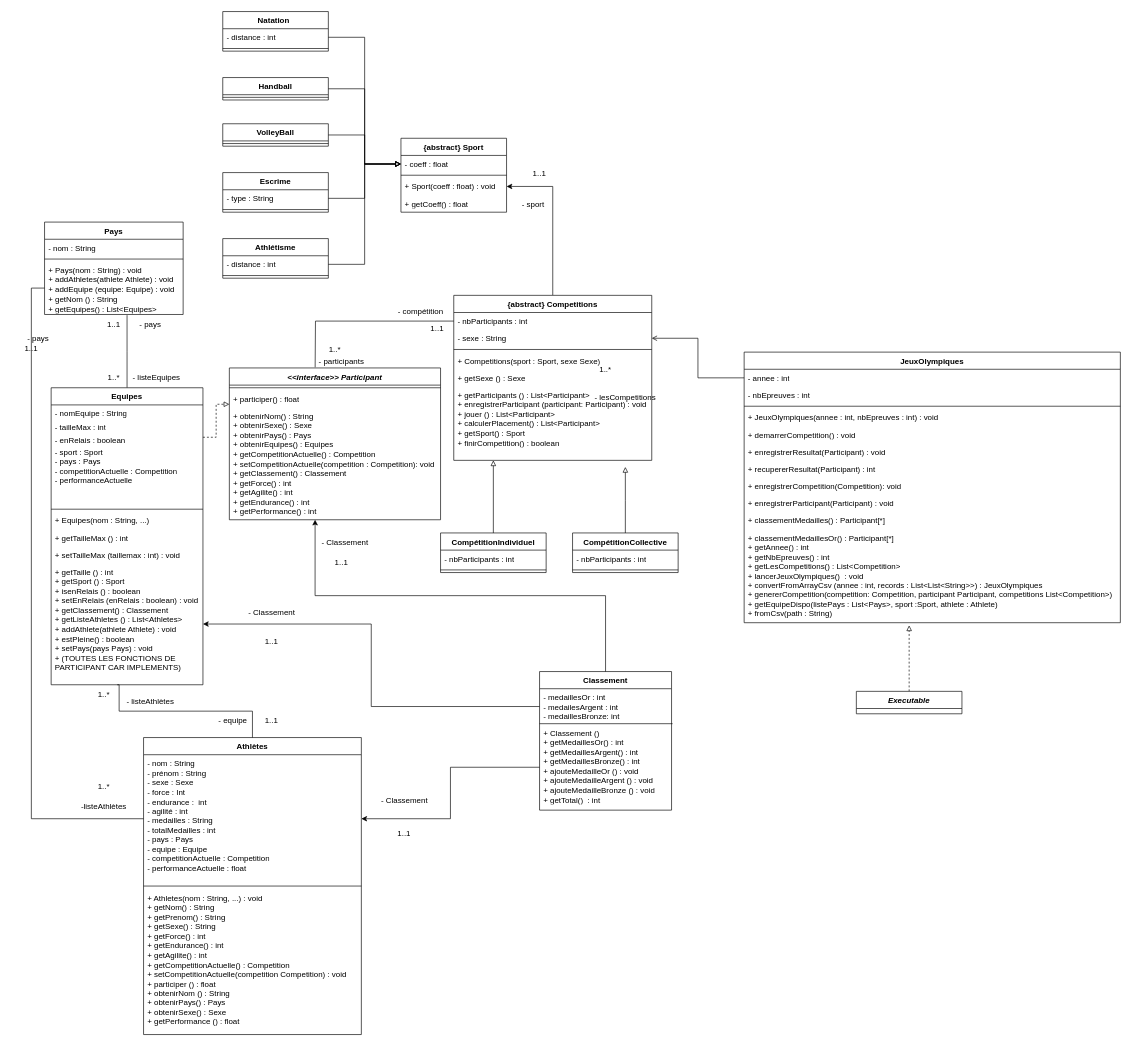
The draw.io diagram diagrammes/classe/Diagramme sans nom.drawio in alexisnisol/JeuxOlympiques, before the edit. Source tidied: cells renumbered, new cells numbered last; positions are measured from the earlier drawing's top-left corner, leaving out a move shared by most shapes. Both pictures are drawn from the tidied source at 66%, with x=0, y=0 at pixel (11, 11).
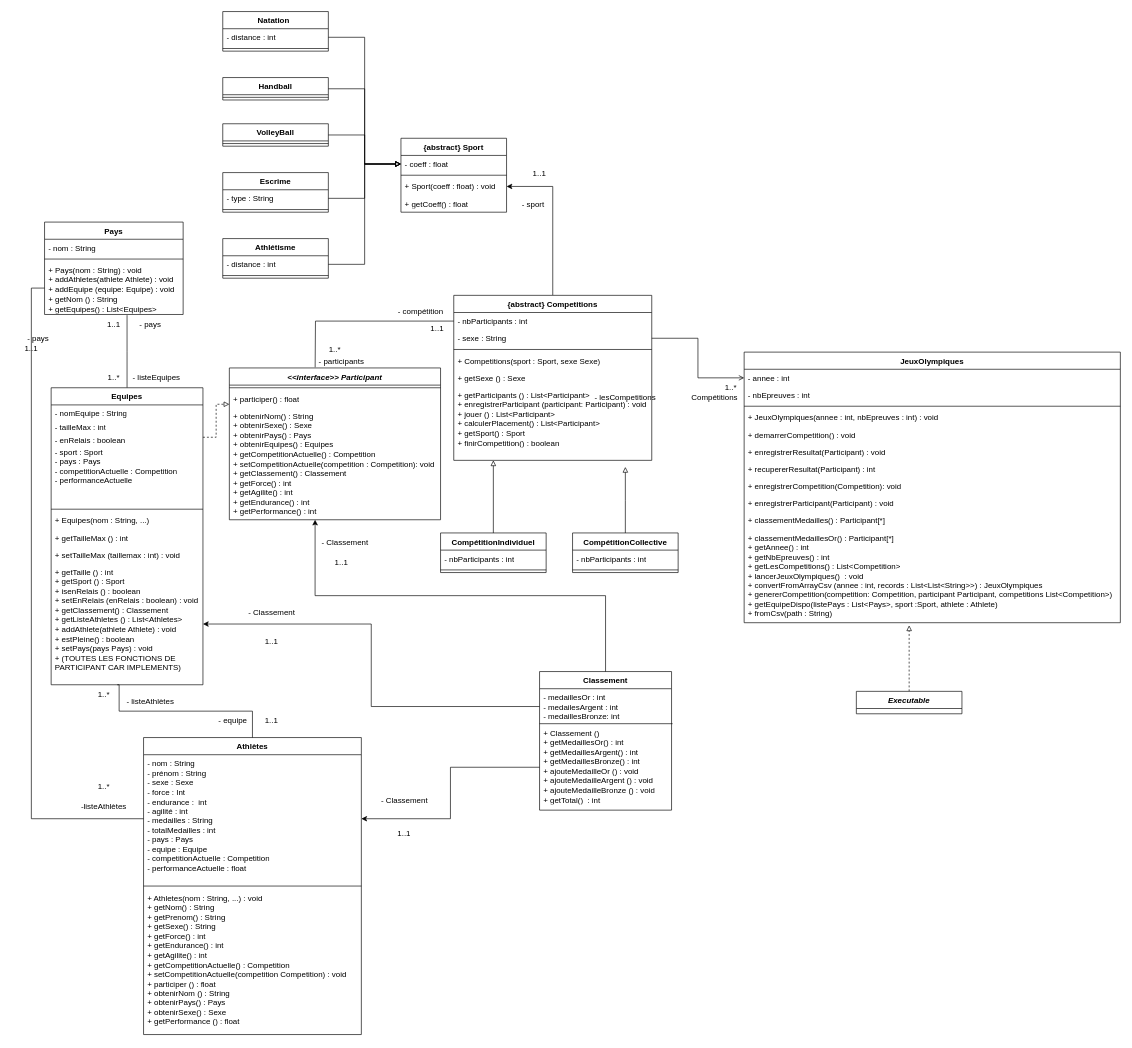
The same page after the edit.

Commit message:
Mettre à jour Diagramme sans nom.drawio

Unchanged cells that the change refers to:
```xml
<mxCell id="49" value="- sexe : String" style="text;strokeColor=none;fillColor=none;align=left;verticalAlign=top;spacingLeft=4;spacingRight=4;overflow=hidden;points=[[0,0.5],[1,0.5]];portConstraint=eastwest;whiteSpace=wrap;html=1;" parent="47" vertex="1">
  <mxGeometry y="52" width="300" height="26" as="geometry" />
</mxCell>
<mxCell id="66" value="- annee : int" style="text;strokeColor=none;fillColor=none;align=left;verticalAlign=top;spacingLeft=4;spacingRight=4;overflow=hidden;points=[[0,0.5],[1,0.5]];portConstraint=eastwest;whiteSpace=wrap;html=1;" parent="65" vertex="1">
  <mxGeometry y="26" width="570" height="26" as="geometry" />
</mxCell>
```

Diff of the diagram source:
```diff
@@
-    <mxCell id="77" style="edgeStyle=orthogonalEdgeStyle;rounded=0;jettySize=auto;html=1;entryX=1;entryY=0.5;entryDx=0;entryDy=0;endArrow=open;endFill=0;startArrow=none;startFill=0;exitX=0;exitY=0.5;exitDx=0;exitDy=0;" parent="1" edge="1" source="66" target="49">
+    <mxCell id="77" style="edgeStyle=orthogonalEdgeStyle;rounded=0;jettySize=auto;html=1;entryX=1;entryY=0.5;entryDx=0;entryDy=0;endArrow=none;endFill=0;startArrow=open;startFill=0;exitX=0;exitY=0.5;exitDx=0;exitDy=0;" parent="1" edge="1" source="66" target="49">
       <mxGeometry relative="1" as="geometry" />
     </mxCell>
@@
     <mxCell id="92" value="1..*" style="text;html=1;align=center;verticalAlign=middle;whiteSpace=wrap;rounded=0;" parent="1" vertex="1">
-      <mxGeometry x="870" y="528" width="60" height="30" as="geometry" />
+      <mxGeometry x="1060" y="555" width="60" height="30" as="geometry" />
     </mxCell>
@@
+    <mxCell id="116" value="Compétitions" style="text;html=1;align=center;verticalAlign=middle;strokeColor=none;fillColor=none;" parent="1" vertex="1">
+      <mxGeometry x="1020" y="570" width="90" height="30" as="geometry" />
+    </mxCell>
```
